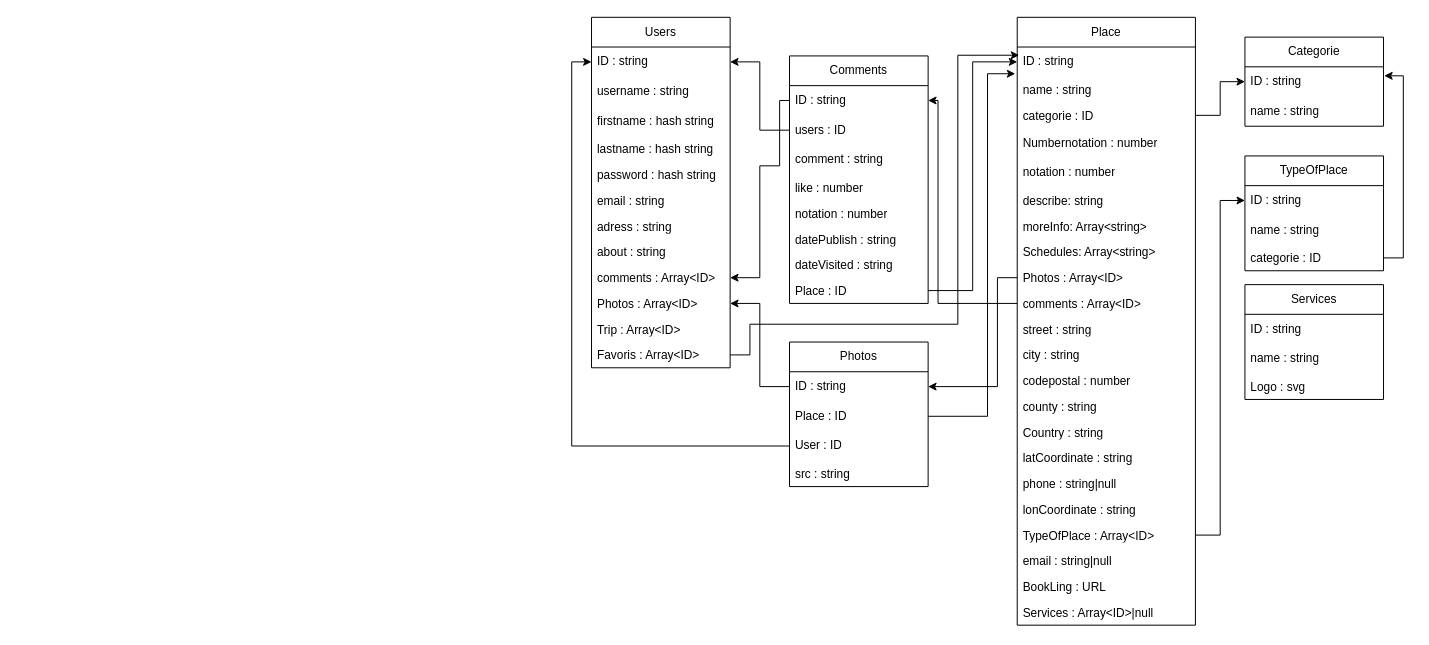
Aurelien0192/FrenchTravel_FrontEnd keeps this draw.io diagram as Schemas/structureBDD.drawio. Above is the earlier version. Source tidied: cells renumbered, new cells numbered last; positions are measured from the earlier drawing's top-left corner, leaving out a move shared by most shapes. Both pictures are drawn from the tidied source at 99%, with x=0, y=0 at pixel (591, 17).
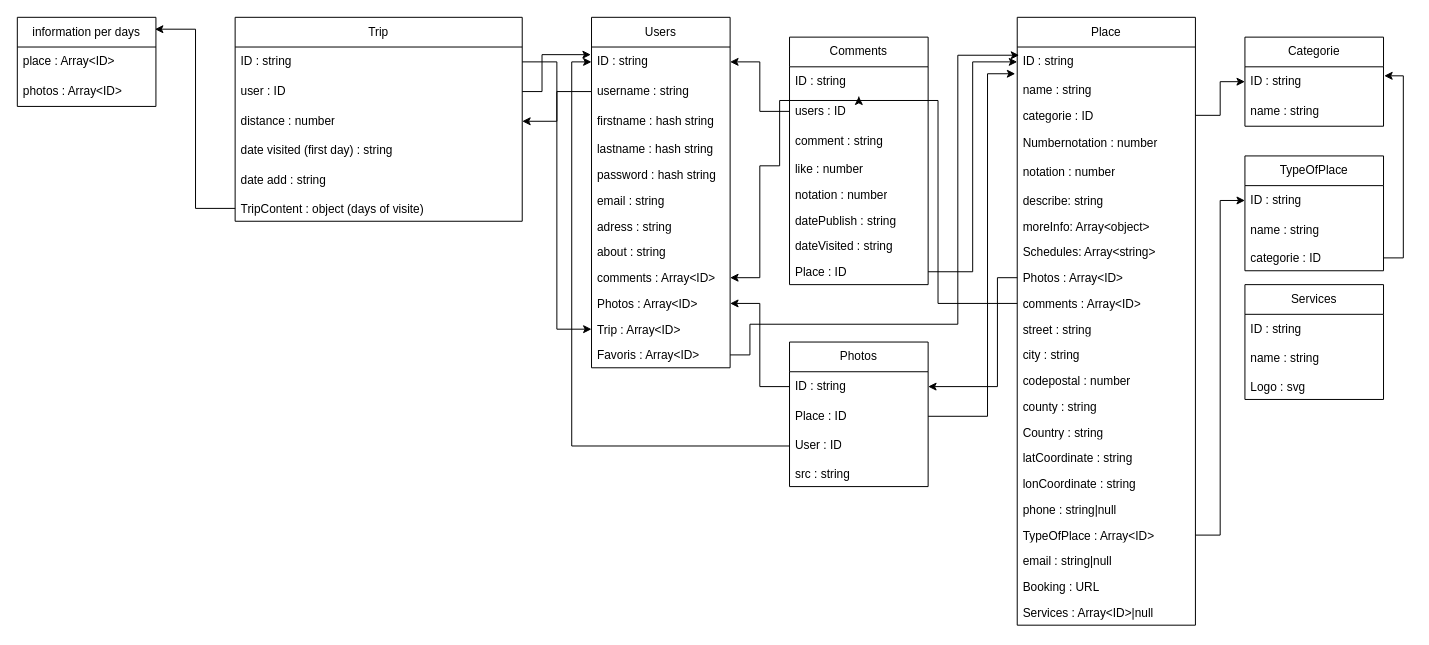
The same diagram, later.

Commit message:
Mettre à jour structureBDD.drawio

Unchanged cells that the change refers to:
```xml
<mxCell id="3" value="ID : string" style="text;strokeColor=none;fillColor=none;align=left;verticalAlign=middle;spacingLeft=4;spacingRight=4;overflow=hidden;points=[[0,0.5],[1,0.5]];portConstraint=eastwest;whiteSpace=wrap;html=1;" parent="2" vertex="1">
  <mxGeometry y="30" width="140" height="30" as="geometry" />
</mxCell>
<mxCell id="4" value="username : string" style="text;strokeColor=none;fillColor=none;align=left;verticalAlign=middle;spacingLeft=4;spacingRight=4;overflow=hidden;points=[[0,0.5],[1,0.5]];portConstraint=eastwest;whiteSpace=wrap;html=1;" parent="2" vertex="1">
  <mxGeometry y="60" width="140" height="30" as="geometry" />
</mxCell>
<mxCell id="13" value="Trip : Array&amp;lt;ID&amp;gt;" style="text;strokeColor=none;fillColor=none;align=left;verticalAlign=top;spacingLeft=4;spacingRight=4;overflow=hidden;points=[[0,0.5],[1,0.5]];portConstraint=eastwest;whiteSpace=wrap;html=1;" parent="2" vertex="1">
  <mxGeometry y="302" width="140" height="26" as="geometry" />
</mxCell>
<mxCell id="26" value="Place" style="swimlane;fontStyle=0;horizontal=1;startSize=30;whiteSpace=wrap;html=1;" parent="1" vertex="1">
  <mxGeometry x="430" width="180" height="614" as="geometry" />
</mxCell>
```

What changed in the source:
```diff
@@
     <mxCell id="15" value="Comments" style="swimlane;fontStyle=0;horizontal=1;startSize=30;whiteSpace=wrap;html=1;" parent="1" vertex="1">
-      <mxGeometry x="200" y="39" width="140" height="250" as="geometry" />
+      <mxGeometry x="200" y="20" width="140" height="250" as="geometry" />
     </mxCell>
@@
-    <mxCell id="33" value="moreInfo: Array&amp;lt;string&amp;gt;" style="text;strokeColor=none;fillColor=none;align=left;verticalAlign=top;spacingLeft=4;spacingRight=4;overflow=hidden;whiteSpace=wrap;html=1;" parent="26" vertex="1">
+    <mxCell id="33" value="moreInfo: Array&amp;lt;object&amp;gt;" style="text;strokeColor=none;fillColor=none;align=left;verticalAlign=top;spacingLeft=4;spacingRight=4;overflow=hidden;whiteSpace=wrap;html=1;" parent="26" vertex="1">
       <mxGeometry y="198" width="180" height="26" as="geometry" />
     </mxCell>
@@
+    <mxCell id="44" value="lonCoordinate : string" style="text;strokeColor=none;fillColor=none;align=left;verticalAlign=top;spacingLeft=4;spacingRight=4;overflow=hidden;whiteSpace=wrap;html=1;" parent="26" vertex="1">
+      <mxGeometry y="458" width="180" height="26" as="geometry" />
+    </mxCell>
     <mxCell id="43" value="phone : string|null" style="text;strokeColor=none;fillColor=none;align=left;verticalAlign=top;spacingLeft=4;spacingRight=4;overflow=hidden;whiteSpace=wrap;html=1;" parent="26" vertex="1">
-      <mxGeometry y="458" width="180" height="26" as="geometry" />
+      <mxGeometry y="484" width="180" height="26" as="geometry" />
     </mxCell>
-    <mxCell id="44" value="lonCoordinate : string" style="text;strokeColor=none;fillColor=none;align=left;verticalAlign=top;spacingLeft=4;spacingRight=4;overflow=hidden;whiteSpace=wrap;html=1;" parent="26" vertex="1">
-      <mxGeometry y="484" width="180" height="26" as="geometry" />
-    </mxCell>
@@
-    <mxCell id="47" value="BookLing : URL" style="text;strokeColor=none;fillColor=none;align=left;verticalAlign=top;spacingLeft=4;spacingRight=4;overflow=hidden;whiteSpace=wrap;html=1;" parent="26" vertex="1">
+    <mxCell id="47" value="Booking : URL" style="text;strokeColor=none;fillColor=none;align=left;verticalAlign=top;spacingLeft=4;spacingRight=4;overflow=hidden;whiteSpace=wrap;html=1;" parent="26" vertex="1">
       <mxGeometry y="562" width="180" height="26" as="geometry" />
     </mxCell>
@@
+    <mxCell id="75" value="Trip" style="swimlane;fontStyle=0;horizontal=1;startSize=30;whiteSpace=wrap;html=1;" parent="1" vertex="1">
+      <mxGeometry x="-360" width="290" height="206" as="geometry" />
+    </mxCell>
+    <mxCell id="76" value="ID : string" style="text;strokeColor=none;fillColor=none;align=left;verticalAlign=middle;spacingLeft=4;spacingRight=4;overflow=hidden;points=[[0,0.5],[1,0.5]];portConstraint=eastwest;whiteSpace=wrap;html=1;" parent="75" vertex="1">
+      <mxGeometry y="30" width="290" height="30" as="geometry" />
+    </mxCell>
+    <mxCell id="77" value="user : ID" style="text;strokeColor=none;fillColor=none;align=left;verticalAlign=middle;spacingLeft=4;spacingRight=4;overflow=hidden;points=[[0,0.5],[1,0.5]];portConstraint=eastwest;whiteSpace=wrap;html=1;" parent="75" vertex="1">
+      <mxGeometry y="60" width="290" height="30" as="geometry" />
+    </mxCell>
+    <mxCell id="78" value="distance : number" style="text;strokeColor=none;fillColor=none;align=left;verticalAlign=middle;spacingLeft=4;spacingRight=4;overflow=hidden;points=[[0,0.5],[1,0.5]];portConstraint=eastwest;whiteSpace=wrap;html=1;" parent="75" vertex="1">
+      <mxGeometry y="90" width="290" height="30" as="geometry" />
+    </mxCell>
+    <mxCell id="79" value="date visited (first day) : string" style="text;strokeColor=none;fillColor=none;align=left;verticalAlign=middle;spacingLeft=4;spacingRight=4;overflow=hidden;whiteSpace=wrap;html=1;" parent="75" vertex="1">
+      <mxGeometry y="120" width="290" height="30" as="geometry" />
+    </mxCell>
+    <mxCell id="80" value="date add : string" style="text;strokeColor=none;fillColor=none;align=left;verticalAlign=middle;spacingLeft=4;spacingRight=4;overflow=hidden;whiteSpace=wrap;html=1;" parent="75" vertex="1">
+      <mxGeometry y="150" width="290" height="30" as="geometry" />
+    </mxCell>
+    <mxCell id="81" value="TripContent : object (days of visite)" style="text;strokeColor=none;fillColor=none;align=left;verticalAlign=top;spacingLeft=4;spacingRight=4;overflow=hidden;points=[[0,0.5],[1,0.5]];portConstraint=eastwest;whiteSpace=wrap;html=1;" parent="75" vertex="1">
+      <mxGeometry y="180" width="290" height="26" as="geometry" />
+    </mxCell>
+    <mxCell id="82" value="information per days" style="swimlane;fontStyle=0;horizontal=1;startSize=30;whiteSpace=wrap;html=1;" parent="1" vertex="1">
+      <mxGeometry x="-580" width="140" height="90" as="geometry" />
+    </mxCell>
+    <mxCell id="83" value="place : Array&amp;lt;ID&amp;gt;" style="text;strokeColor=none;fillColor=none;align=left;verticalAlign=middle;spacingLeft=4;spacingRight=4;overflow=hidden;whiteSpace=wrap;html=1;" parent="82" vertex="1">
+      <mxGeometry y="30" width="140" height="30" as="geometry" />
+    </mxCell>
+    <mxCell id="84" value="photos : Array&amp;lt;ID&amp;gt;" style="text;strokeColor=none;fillColor=none;align=left;verticalAlign=middle;spacingLeft=4;spacingRight=4;overflow=hidden;whiteSpace=wrap;html=1;" parent="82" vertex="1">
+      <mxGeometry y="60" width="140" height="30" as="geometry" />
+    </mxCell>
+    <mxCell id="85" style="edgeStyle=orthogonalEdgeStyle;rounded=0;jettySize=auto;html=1;entryX=0.993;entryY=0.133;entryDx=0;entryDy=0;entryPerimeter=0;" parent="1" edge="1" source="81" target="82">
+      <mxGeometry relative="1" as="geometry">
+        <Array as="points">
+          <mxPoint x="-400" y="193" />
+          <mxPoint x="-400" y="12" />
+        </Array>
+      </mxGeometry>
+    </mxCell>
+    <mxCell id="86" style="edgeStyle=orthogonalEdgeStyle;rounded=0;jettySize=auto;html=1;entryX=-0.005;entryY=0.257;entryDx=0;entryDy=0;entryPerimeter=0;" parent="1" edge="1" source="77" target="3">
+      <mxGeometry relative="1" as="geometry">
+        <Array as="points">
+          <mxPoint x="-50" y="75" />
+          <mxPoint x="-50" y="38" />
+        </Array>
+      </mxGeometry>
+    </mxCell>
+    <mxCell id="87" style="edgeStyle=orthogonalEdgeStyle;rounded=0;jettySize=auto;html=1;entryX=0;entryY=0.5;entryDx=0;entryDy=0;" parent="1" edge="1" source="76" target="13">
+      <mxGeometry relative="1" as="geometry">
+        <Array as="points">
+          <mxPoint x="-35" y="45" />
+          <mxPoint x="-35" y="315" />
+        </Array>
+      </mxGeometry>
+    </mxCell>
+    <mxCell id="88" style="edgeStyle=orthogonalEdgeStyle;rounded=0;jettySize=auto;html=1;" parent="1" edge="1" source="4" target="78">
+      <mxGeometry relative="1" as="geometry" />
+    </mxCell>
```
